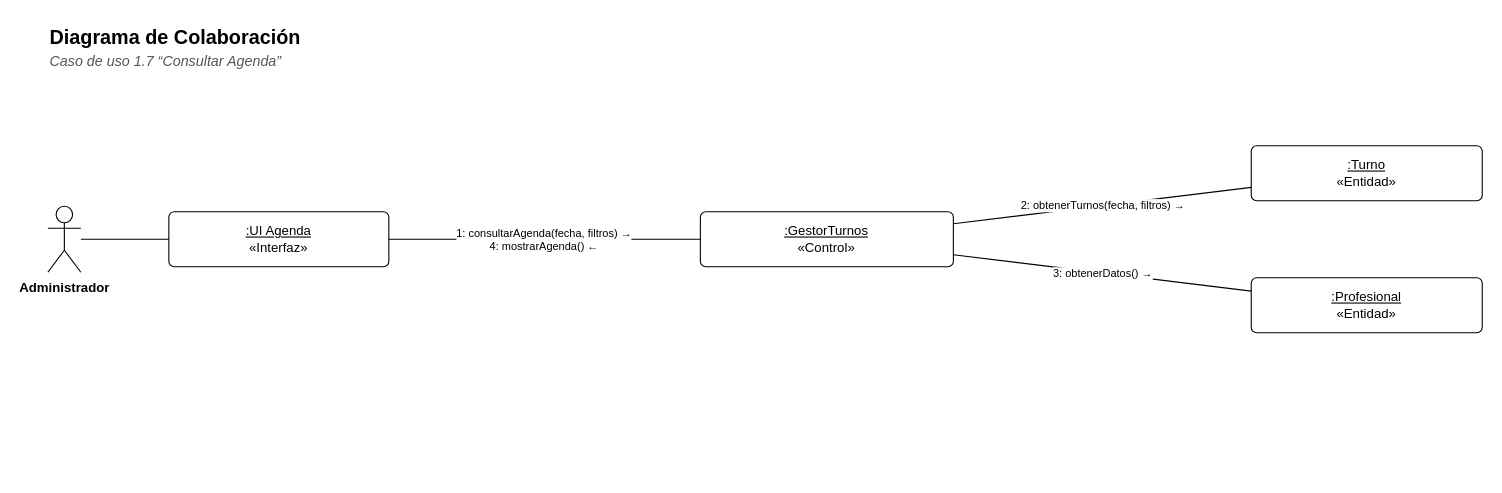
Above: docs/diagramas/colaboracion-1-7.drawio in Matiglorioso/kineturnos (draw.io), before the change. Source tidied: cells renumbered, new cells numbered last; positions are measured from the earlier drawing's top-left corner, leaving out a move shared by most shapes. Both pictures are drawn from the tidied source at 110%, with x=0, y=0 at pixel (47, 19).
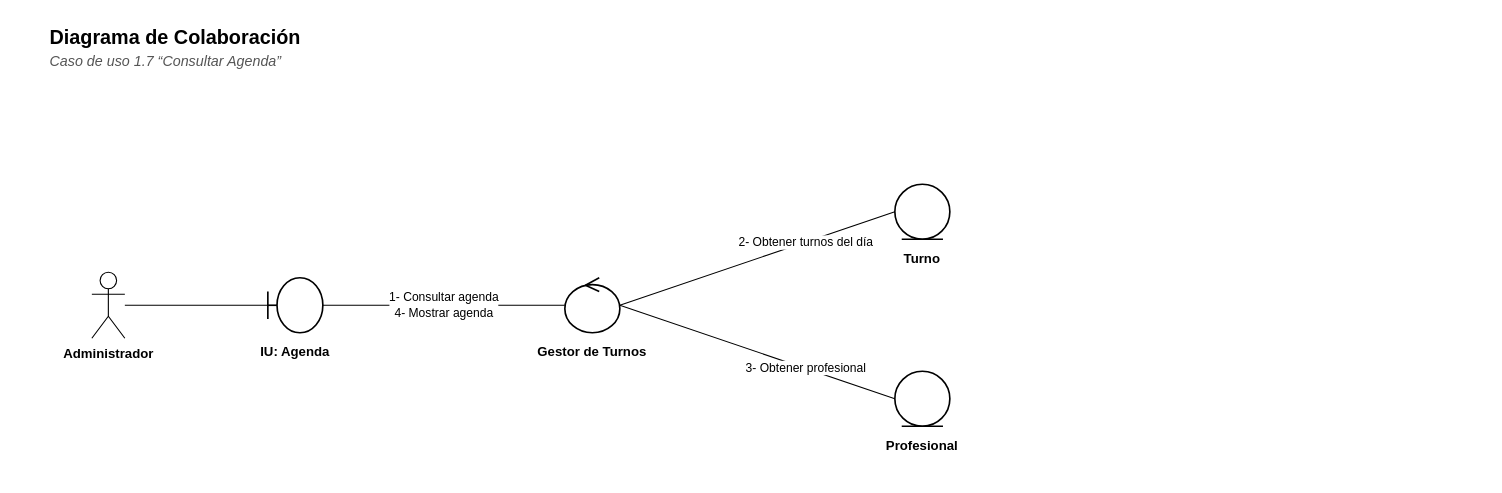
After the change.

Diff of the diagram source:
```diff
@@
 <mxGraphModel background="#FFFFFF">
   <root>
     <mxCell id="0" />
     <mxCell id="1" parent="0" />
     <mxCell id="2" value="&lt;b&gt;Diagrama de Colaboración&lt;/b&gt;" style="text;html=1;strokeColor=none;fillColor=none;align=left;verticalAlign=top;whiteSpace=wrap;fontFamily=Helvetica;fontSize=18;" parent="1" vertex="1">
       <mxGeometry width="900" height="26" as="geometry" />
     </mxCell>
     <mxCell id="3" value="&lt;i&gt;Caso de uso 1.7 “Consultar Agenda”&lt;/i&gt;" style="text;html=1;strokeColor=none;fillColor=none;align=left;verticalAlign=top;whiteSpace=wrap;fontFamily=Helvetica;fontSize=13;fontColor=#555555;" parent="1" vertex="1">
       <mxGeometry y="24" width="900" height="20" as="geometry" />
     </mxCell>
     <mxCell id="4" value="Administrador" style="shape=umlActor;verticalLabelPosition=bottom;verticalAlign=top;html=1;outlineConnect=0;fillColor=#FFFFFF;strokeColor=#000000;fontFamily=Helvetica;fontSize=12;fontStyle=1;" parent="1" vertex="1">
-      <mxGeometry y="170" width="30" height="60" as="geometry" />
+      <mxGeometry x="40" y="230" width="30" height="60" as="geometry" />
     </mxCell>
-    <mxCell id="5" value="&lt;u&gt;:UI Agenda&lt;/u&gt;&lt;br&gt;«Interfaz»" style="rounded=0;whiteSpace=wrap;html=1;fillColor=#FFFFFF;strokeColor=#000000;fontFamily=Helvetica;fontSize=12;rounded=1;arcSize=10;" parent="1" vertex="1">
-      <mxGeometry x="110" y="175" width="200" height="50" as="geometry" />
+    <mxCell id="5" style="shape=umlBoundary;html=1;fillColor=#FFFFFF;strokeColor=#000000;strokeWidth=1.5;" parent="1" vertex="1">
+      <mxGeometry x="200" y="235" width="50" height="50" as="geometry" />
     </mxCell>
-    <mxCell id="6" value="&lt;u&gt;:GestorTurnos&lt;/u&gt;&lt;br&gt;«Control»" style="rounded=0;whiteSpace=wrap;html=1;fillColor=#FFFFFF;strokeColor=#000000;fontFamily=Helvetica;fontSize=12;rounded=1;arcSize=10;" parent="1" vertex="1">
-      <mxGeometry x="593.2" y="175" width="230" height="50" as="geometry" />
+    <mxCell id="6" value="&lt;b&gt;IU: Agenda&lt;/b&gt;" style="text;html=1;strokeColor=none;fillColor=none;align=left;verticalAlign=top;whiteSpace=wrap;fontFamily=Helvetica;align=center;fontSize=12;" parent="1" vertex="1">
+      <mxGeometry x="160" y="289" width="130" height="40" as="geometry" />
     </mxCell>
-    <mxCell id="7" value="&lt;u&gt;:Turno&lt;/u&gt;&lt;br&gt;«Entidad»" style="rounded=0;whiteSpace=wrap;html=1;fillColor=#FFFFFF;strokeColor=#000000;fontFamily=Helvetica;fontSize=12;rounded=1;arcSize=10;" parent="1" vertex="1">
-      <mxGeometry x="1094" y="115" width="210" height="50" as="geometry" />
+    <mxCell id="7" style="shape=umlControl;html=1;fillColor=#FFFFFF;strokeColor=#000000;strokeWidth=1.5;" parent="1" vertex="1">
+      <mxGeometry x="470" y="235" width="50" height="50" as="geometry" />
     </mxCell>
-    <mxCell id="8" value="&lt;u&gt;:Profesional&lt;/u&gt;&lt;br&gt;«Entidad»" style="rounded=0;whiteSpace=wrap;html=1;fillColor=#FFFFFF;strokeColor=#000000;fontFamily=Helvetica;fontSize=12;rounded=1;arcSize=10;" parent="1" vertex="1">
-      <mxGeometry x="1094" y="235" width="210" height="50" as="geometry" />
+    <mxCell id="8" value="&lt;b&gt;Gestor de Turnos&lt;/b&gt;" style="text;html=1;strokeColor=none;fillColor=none;align=left;verticalAlign=top;whiteSpace=wrap;fontFamily=Helvetica;align=center;fontSize=12;" parent="1" vertex="1">
+      <mxGeometry x="430" y="289" width="130" height="40" as="geometry" />
     </mxCell>
-    <mxCell id="9" style="edgeStyle=none;html=1;endArrow=none;endFill=0;strokeColor=#000000;fontFamily=Helvetica;fontSize=11;labelBackgroundColor=#FFFFFF;" parent="1" edge="1" source="4" target="5">
-      <mxGeometry relative="1" as="geometry" />
+    <mxCell id="9" style="shape=umlEntity;html=1;fillColor=#FFFFFF;strokeColor=#000000;strokeWidth=1.5;" parent="1" vertex="1">
+      <mxGeometry x="770" y="150" width="50" height="50" as="geometry" />
     </mxCell>
-    <mxCell id="10" value="1: consultarAgenda(fecha, filtros) →&lt;br&gt;4: mostrarAgenda() ←" style="edgeStyle=none;html=1;endArrow=none;endFill=0;strokeColor=#000000;fontFamily=Helvetica;fontSize=11;labelBackgroundColor=#FFFFFF;fontSize=10;" parent="1" edge="1" source="6" target="5">
-      <mxGeometry relative="1" as="geometry" />
+    <mxCell id="10" value="&lt;b&gt;Turno&lt;/b&gt;" style="text;html=1;strokeColor=none;fillColor=none;align=left;verticalAlign=top;whiteSpace=wrap;fontFamily=Helvetica;align=center;fontSize=12;" parent="1" vertex="1">
+      <mxGeometry x="730" y="204" width="130" height="40" as="geometry" />
     </mxCell>
-    <mxCell id="11" value="2: obtenerTurnos(fecha, filtros) →" style="edgeStyle=none;html=1;endArrow=none;endFill=0;strokeColor=#000000;fontFamily=Helvetica;fontSize=11;labelBackgroundColor=#FFFFFF;fontSize=10;" parent="1" edge="1" source="7" target="6">
-      <mxGeometry relative="1" as="geometry" />
+    <mxCell id="11" style="shape=umlEntity;html=1;fillColor=#FFFFFF;strokeColor=#000000;strokeWidth=1.5;" parent="1" vertex="1">
+      <mxGeometry x="770" y="320" width="50" height="50" as="geometry" />
     </mxCell>
-    <mxCell id="12" value="3: obtenerDatos() →" style="edgeStyle=none;html=1;endArrow=none;endFill=0;strokeColor=#000000;fontFamily=Helvetica;fontSize=11;labelBackgroundColor=#FFFFFF;fontSize=10;" parent="1" edge="1" source="8" target="6">
-      <mxGeometry relative="1" as="geometry" />
+    <mxCell id="12" value="&lt;b&gt;Profesional&lt;/b&gt;" style="text;html=1;strokeColor=none;fillColor=none;align=left;verticalAlign=top;whiteSpace=wrap;fontFamily=Helvetica;align=center;fontSize=12;" parent="1" vertex="1">
+      <mxGeometry x="730" y="374" width="130" height="40" as="geometry" />
     </mxCell>
+    <mxCell id="13" style="edgeStyle=none;html=1;endArrow=none;endFill=0;strokeColor=#000000;fontFamily=Helvetica;fontSize=11;labelBackgroundColor=#FFFFFF;" parent="1" edge="1" source="4" target="5">
+      <mxGeometry relative="1" as="geometry" />
+    </mxCell>
+    <mxCell id="14" value="1- Consultar agenda&lt;br&gt;4- Mostrar agenda" style="edgeStyle=none;html=1;endArrow=none;endFill=0;strokeColor=#000000;fontFamily=Helvetica;fontSize=11;labelBackgroundColor=#FFFFFF;fontSize=11;exitX=1;exitY=0.5;exitDx=0;exitDy=0;entryX=0;entryY=0.5;entryDx=0;entryDy=0;" parent="1" edge="1" source="5" target="7">
+      <mxGeometry relative="1" as="geometry" />
+    </mxCell>
+    <mxCell id="15" value="2- Obtener turnos del día" style="edgeStyle=none;html=1;endArrow=none;endFill=0;strokeColor=#000000;fontFamily=Helvetica;fontSize=11;labelBackgroundColor=#FFFFFF;fontSize=11;exitX=1;exitY=0.5;exitDx=0;exitDy=0;entryX=0;entryY=0.5;entryDx=0;entryDy=0;" parent="1" edge="1" source="7" target="9">
+      <mxGeometry x="0.35" relative="1" as="geometry" />
+    </mxCell>
+    <mxCell id="16" value="3- Obtener profesional" style="edgeStyle=none;html=1;endArrow=none;endFill=0;strokeColor=#000000;fontFamily=Helvetica;fontSize=11;labelBackgroundColor=#FFFFFF;fontSize=11;exitX=1;exitY=0.5;exitDx=0;exitDy=0;entryX=0;entryY=0.5;entryDx=0;entryDy=0;" parent="1" edge="1" source="7" target="11">
+      <mxGeometry x="0.35" relative="1" as="geometry" />
+    </mxCell>
   </root>
 </mxGraphModel>
```
